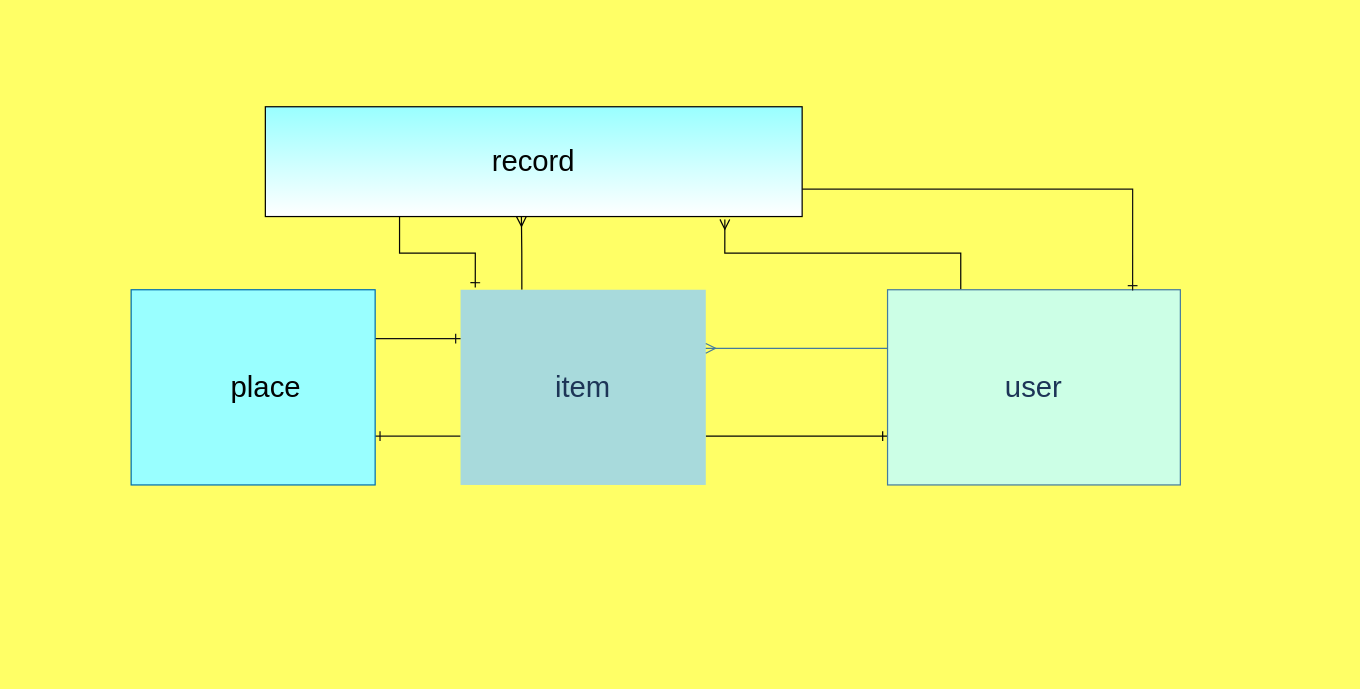
This is er.dio from tomichihi/furima-35519, a draw.io file, before an edit. Source tidied: cells renumbered, new cells numbered last; positions are measured from the earlier drawing's top-left corner, leaving out a move shared by most shapes. Both pictures are drawn from the tidied source at 122%, with x=0, y=0 at pixel (131, 106).
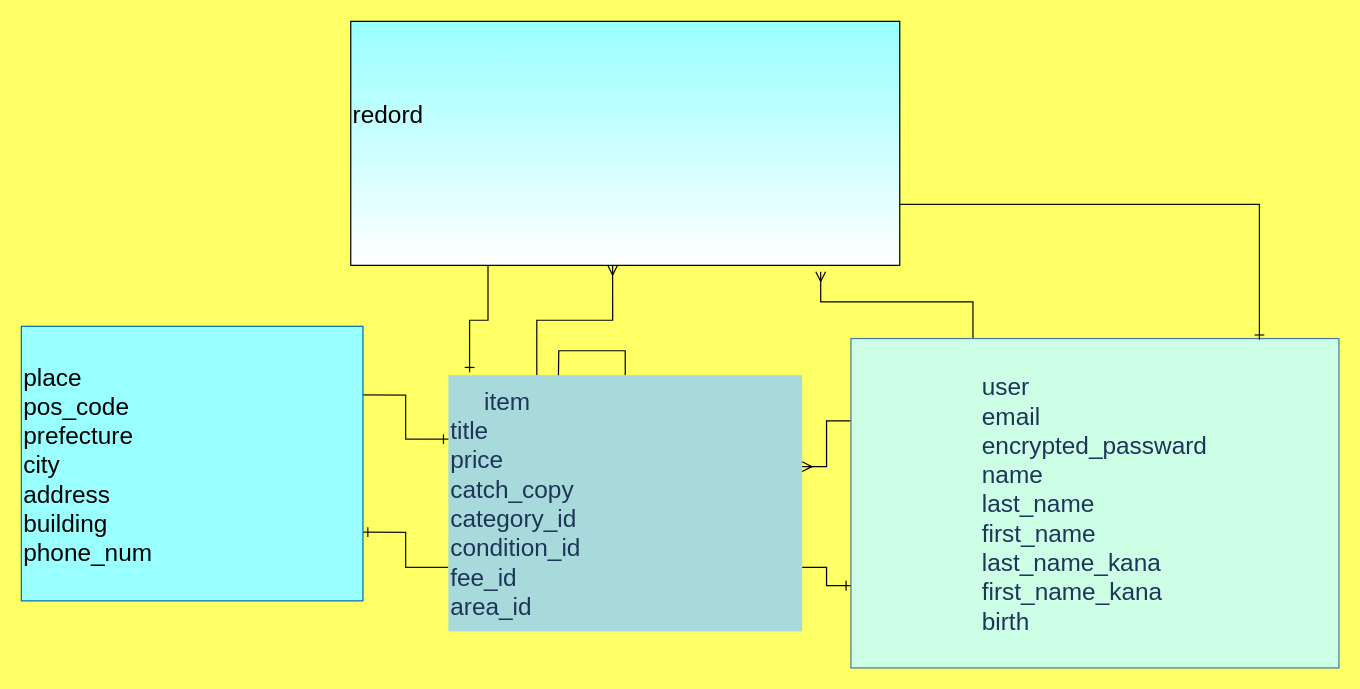
After the change.

Commit message (it also covers changes not shown here):
アソシエーションとかその他

The edit, as a diff of the source:
```diff
@@
 <mxGraphModel background="#FFFF66">
   <root>
     <mxCell id="0" />
     <mxCell id="1" parent="0" />
     <mxCell id="2" style="edgeStyle=orthogonalEdgeStyle;curved=0;rounded=1;sketch=0;orthogonalLoop=1;jettySize=auto;html=1;exitX=0;exitY=0.25;exitDx=0;exitDy=0;entryX=0;entryY=0.25;entryDx=0;entryDy=0;endArrow=blockThin;endFill=1;strokeColor=#457B9D;fillColor=#A8DADC;fontColor=#1D3557;" parent="1" edge="1">
       <mxGeometry relative="1" as="geometry">
         <mxPoint x="420" y="420" as="sourcePoint" />
         <mxPoint x="420" y="420" as="targetPoint" />
       </mxGeometry>
     </mxCell>
     <mxCell id="3" style="edgeStyle=orthogonalEdgeStyle;rounded=0;sketch=0;jettySize=auto;html=1;exitX=1;exitY=0.75;exitDx=0;exitDy=0;entryX=0;entryY=0.75;entryDx=0;entryDy=0;endArrow=ERone;endFill=0;strokeColor=#020303;" parent="1" edge="1" source="6" target="9">
       <mxGeometry relative="1" as="geometry" />
     </mxCell>
     <mxCell id="4" style="edgeStyle=orthogonalEdgeStyle;rounded=0;jettySize=auto;html=1;exitX=0;exitY=0.75;exitDx=0;exitDy=0;entryX=1;entryY=0.75;entryDx=0;entryDy=0;endArrow=ERone;endFill=0;strokeColor=#121212;" parent="1" edge="1" source="6" target="11">
       <mxGeometry relative="1" as="geometry" />
     </mxCell>
     <mxCell id="5" style="edgeStyle=orthogonalEdgeStyle;rounded=0;jettySize=auto;html=1;exitX=0.25;exitY=0;exitDx=0;exitDy=0;entryX=0.477;entryY=1;entryDx=0;entryDy=0;entryPerimeter=0;endArrow=ERmany;endFill=0;strokeColor=#050505;" parent="1" edge="1" source="6" target="14">
       <mxGeometry relative="1" as="geometry" />
     </mxCell>
+    <mxCell id="15" style="edgeStyle=orthogonalEdgeStyle;rounded=0;jettySize=auto;html=1;exitX=0.5;exitY=0;exitDx=0;exitDy=0;" parent="1" edge="1" source="6">
+      <mxGeometry relative="1" as="geometry">
+        <mxPoint x="350" y="240" as="targetPoint" />
+      </mxGeometry>
+    </mxCell>
-    <mxCell id="6" value="&lt;font style=&quot;font-size: 24px&quot;&gt;item&lt;/font&gt;" style="rounded=0;whiteSpace=wrap;html=1;fillColor=#A8DADC;fontColor=#1D3557;strokeColor=none;" parent="1" vertex="1">
-      <mxGeometry x="270" y="150" width="201" height="160" as="geometry" />
+    <mxCell id="6" value="&lt;div style=&quot;font-size: 20px&quot;&gt;&lt;font style=&quot;font-size: 20px&quot;&gt;&amp;nbsp; &amp;nbsp; &amp;nbsp;item&lt;/font&gt;&lt;/div&gt;&lt;div style=&quot;font-size: 20px&quot;&gt;&lt;span&gt;title&lt;/span&gt;&lt;/div&gt;&lt;div style=&quot;font-size: 20px&quot;&gt;&lt;span&gt;price&lt;/span&gt;&lt;/div&gt;&lt;div style=&quot;font-size: 20px&quot;&gt;&lt;span&gt;catch_copy&lt;/span&gt;&lt;/div&gt;&lt;div style=&quot;font-size: 20px&quot;&gt;&lt;span&gt;category_id&lt;/span&gt;&lt;/div&gt;&lt;div style=&quot;font-size: 20px&quot;&gt;&lt;span&gt;condition_id&lt;/span&gt;&lt;/div&gt;&lt;div style=&quot;font-size: 20px&quot;&gt;&lt;span&gt;fee_id&lt;/span&gt;&lt;/div&gt;&lt;div style=&quot;font-size: 20px&quot;&gt;&lt;span&gt;area_id&amp;nbsp; &amp;nbsp; &amp;nbsp; &amp;nbsp; &amp;nbsp;&amp;nbsp;&lt;/span&gt;&lt;br&gt;&lt;/div&gt;" style="rounded=0;whiteSpace=wrap;html=1;fillColor=#A8DADC;fontColor=#1D3557;strokeColor=none;align=left;" parent="1" vertex="1">
+      <mxGeometry x="260" y="220" width="290" height="210" as="geometry" />
     </mxCell>
-    <mxCell id="7" style="edgeStyle=orthogonalEdgeStyle;rounded=0;orthogonalLoop=1;jettySize=auto;html=1;exitX=0;exitY=0.25;exitDx=0;exitDy=0;entryX=1;entryY=0.25;entryDx=0;entryDy=0;strokeColor=#457B9D;fontColor=#1D3557;labelBackgroundColor=#F1FAEE;endArrow=ERmany;endFill=0;" parent="1" edge="1">
-      <mxGeometry relative="1" as="geometry">
-        <mxPoint x="620" y="198" as="sourcePoint" />
-        <mxPoint x="471" y="198" as="targetPoint" />
-      </mxGeometry>
-    </mxCell>
     <mxCell id="8" style="edgeStyle=orthogonalEdgeStyle;rounded=0;jettySize=auto;html=1;exitX=0.25;exitY=0;exitDx=0;exitDy=0;entryX=0.856;entryY=1.026;entryDx=0;entryDy=0;entryPerimeter=0;strokeColor=#050505;endArrow=ERmany;endFill=0;" parent="1" edge="1" source="9" target="14">
       <mxGeometry relative="1" as="geometry" />
     </mxCell>
+    <mxCell id="16" style="edgeStyle=orthogonalEdgeStyle;rounded=0;jettySize=auto;html=1;exitX=0;exitY=0.25;exitDx=0;exitDy=0;entryX=1;entryY=0.357;entryDx=0;entryDy=0;entryPerimeter=0;strokeColor=#000000;endArrow=ERmany;endFill=0;" parent="1" edge="1" source="9" target="6">
+      <mxGeometry relative="1" as="geometry" />
+    </mxCell>
-    <mxCell id="9" value="&lt;font style=&quot;font-size: 24px&quot;&gt;user&lt;/font&gt;" style="whiteSpace=wrap;html=1;strokeColor=#457B9D;fontColor=#1D3557;fillColor=#CCFFE6;" parent="1" vertex="1">
-      <mxGeometry x="620" y="150" width="240" height="160" as="geometry" />
+    <mxCell id="9" value="&lt;div style=&quot;text-align: left&quot;&gt;&lt;span style=&quot;font-size: 20px&quot;&gt;user&lt;/span&gt;&lt;/div&gt;&lt;font&gt;&lt;div style=&quot;font-size: 20px ; text-align: left&quot;&gt;&lt;span&gt;email&lt;/span&gt;&lt;/div&gt;&lt;div style=&quot;font-size: 20px ; text-align: left&quot;&gt;&lt;span&gt;encrypted_passward&lt;/span&gt;&lt;/div&gt;&lt;div style=&quot;font-size: 20px ; text-align: left&quot;&gt;&lt;span&gt;name&lt;/span&gt;&lt;/div&gt;&lt;div style=&quot;font-size: 20px ; text-align: left&quot;&gt;&lt;span&gt;last_name&lt;/span&gt;&lt;/div&gt;&lt;div style=&quot;font-size: 20px ; text-align: left&quot;&gt;&lt;span&gt;first_name&lt;/span&gt;&lt;/div&gt;&lt;div style=&quot;text-align: left&quot;&gt;&lt;span style=&quot;font-size: 20px&quot;&gt;last_name_kana&lt;/span&gt;&lt;/div&gt;&lt;div style=&quot;text-align: left&quot;&gt;&lt;span style=&quot;font-size: 20px&quot;&gt;first_name_kana&lt;/span&gt;&lt;/div&gt;&lt;div style=&quot;text-align: left&quot;&gt;&lt;span style=&quot;font-size: 20px&quot;&gt;birth&lt;/span&gt;&lt;/div&gt;&lt;/font&gt;" style="whiteSpace=wrap;html=1;strokeColor=#457B9D;fontColor=#1D3557;fillColor=#CCFFE6;" parent="1" vertex="1">
+      <mxGeometry x="590" y="190" width="400" height="270" as="geometry" />
     </mxCell>
     <mxCell id="10" style="edgeStyle=orthogonalEdgeStyle;rounded=0;jettySize=auto;html=1;exitX=1;exitY=0.25;exitDx=0;exitDy=0;entryX=0;entryY=0.25;entryDx=0;entryDy=0;endArrow=ERone;endFill=0;strokeColor=#121212;" parent="1" edge="1" source="11" target="6">
       <mxGeometry relative="1" as="geometry" />
     </mxCell>
-    <mxCell id="11" value="&lt;blockquote style=&quot;margin: 0 0 0 40px ; border: none ; padding: 0px&quot;&gt;&lt;blockquote style=&quot;margin: 0 0 0 40px ; border: none ; padding: 0px&quot;&gt;&lt;div&gt;&lt;span style=&quot;font-size: 24px&quot;&gt;&lt;font color=&quot;#020303&quot;&gt;place&lt;/font&gt;&lt;/span&gt;&lt;/div&gt;&lt;/blockquote&gt;&lt;/blockquote&gt;" style="whiteSpace=wrap;html=1;strokeColor=#006EAF;fontColor=#ffffff;align=left;fillColor=#99FFFF;" parent="1" vertex="1">
-      <mxGeometry y="150" width="200" height="160" as="geometry" />
+    <mxCell id="11" value="&lt;font color=&quot;#000000&quot; style=&quot;font-size: 20px&quot;&gt;&lt;span&gt;place&lt;/span&gt;&lt;br&gt;pos_code&lt;br&gt;prefecture&lt;br&gt;city&lt;br&gt;address&lt;br&gt;building&lt;br&gt;phone_num&lt;br&gt;&lt;/font&gt;&lt;div style=&quot;text-align: justify&quot;&gt;&lt;/div&gt;" style="whiteSpace=wrap;html=1;strokeColor=#006EAF;fontColor=#ffffff;align=left;fillColor=#99FFFF;" parent="1" vertex="1">
+      <mxGeometry x="-90" y="180" width="280" height="225" as="geometry" />
     </mxCell>
     <mxCell id="12" style="edgeStyle=orthogonalEdgeStyle;rounded=0;jettySize=auto;html=1;exitX=1;exitY=0.75;exitDx=0;exitDy=0;entryX=0.837;entryY=0.004;entryDx=0;entryDy=0;entryPerimeter=0;endArrow=ERone;endFill=0;strokeColor=#121212;" parent="1" edge="1" source="14" target="9">
       <mxGeometry relative="1" as="geometry" />
     </mxCell>
     <mxCell id="13" style="edgeStyle=orthogonalEdgeStyle;rounded=0;jettySize=auto;html=1;exitX=0.25;exitY=1;exitDx=0;exitDy=0;entryX=0.06;entryY=-0.011;entryDx=0;entryDy=0;entryPerimeter=0;endArrow=ERone;endFill=0;strokeColor=#050505;" parent="1" edge="1" source="14" target="6">
       <mxGeometry relative="1" as="geometry" />
     </mxCell>
-    <mxCell id="14" value="&lt;font style=&quot;font-size: 24px&quot; color=&quot;#020303&quot;&gt;record&lt;/font&gt;" style="whiteSpace=wrap;html=1;fillColor=#99FFFF;gradientColor=#ffffff;align=center;" parent="1" vertex="1">
-      <mxGeometry x="110" width="440" height="90" as="geometry" />
+    <mxCell id="14" value="&lt;font color=&quot;#000000&quot; style=&quot;font-size: 20px&quot;&gt;redord&lt;br&gt;&lt;br&gt;&lt;br&gt;&lt;/font&gt;" style="whiteSpace=wrap;html=1;fillColor=#99FFFF;gradientColor=#ffffff;align=left;" parent="1" vertex="1">
+      <mxGeometry x="180" y="-70" width="450" height="200" as="geometry" />
     </mxCell>
   </root>
 </mxGraphModel>
```
